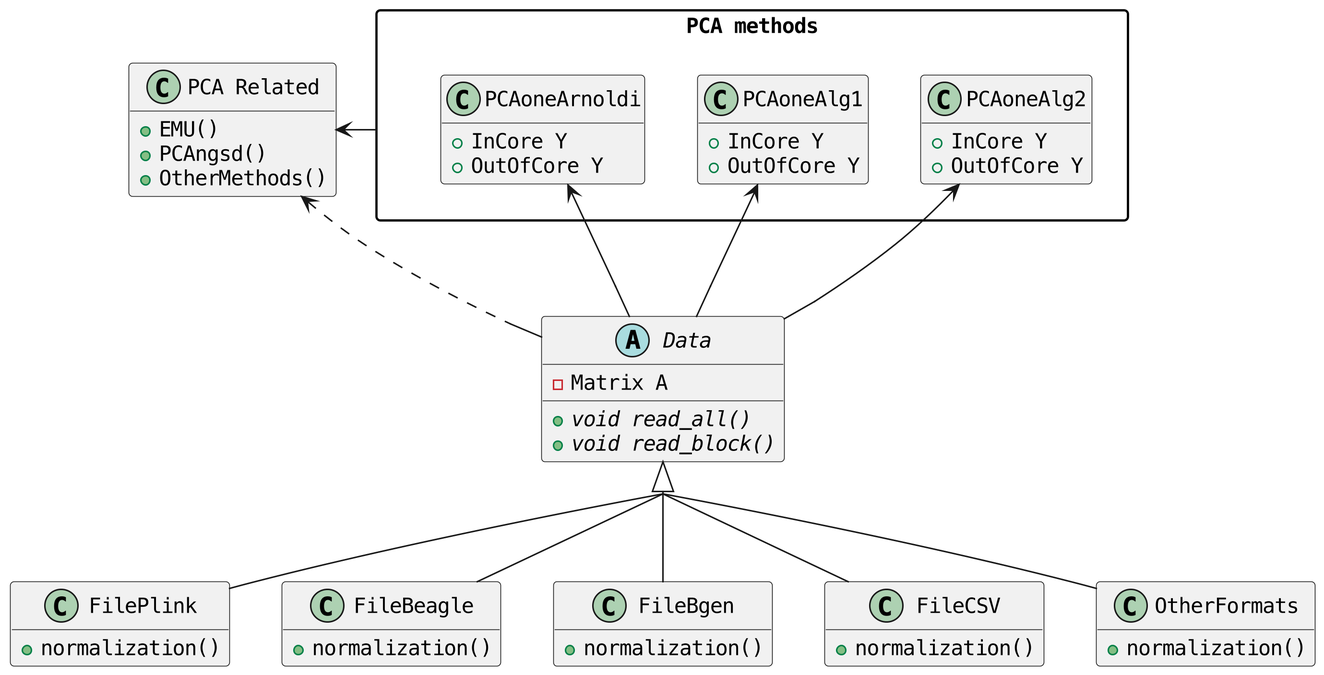
The PlantUML diagram misc/architecture.png in Zilong-Li/PCAone, before a commit.
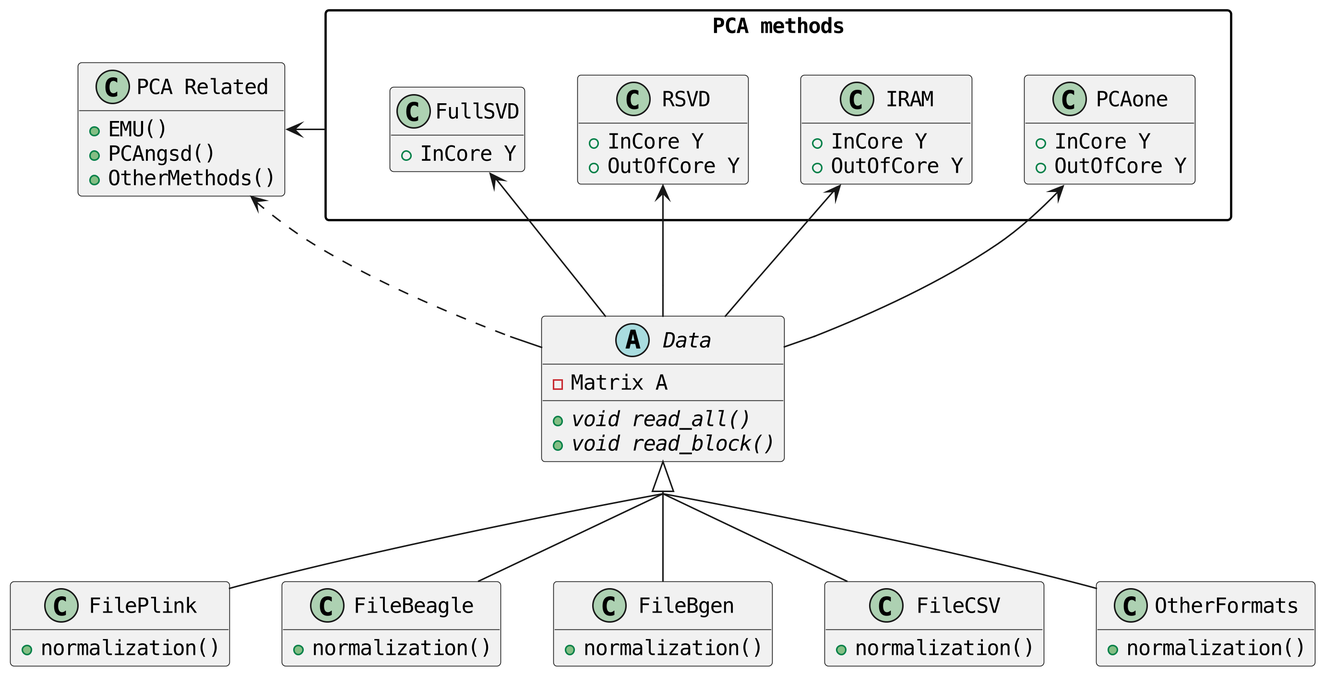
Later version of the same file.

What changed in the source:
```diff
@@ -31,17 +31,20 @@
   +normalization()
 }
 package "PCA methods" as PCA {
-  class PCAoneAlg2 {
+  class PCAone {
     +InCore Y
     +OutOfCore Y
   }
-  class PCAoneAlg1 {
+  class IRAM {
     +InCore Y
     +OutOfCore Y
   }
-  class PCAoneArnoldi {
+  class RSVD {
     +InCore Y
     +OutOfCore Y
+  }
+  class FullSVD {
+    +InCore Y
   }
 }
 
@@ -50,9 +53,10 @@
   +PCAngsd()
   +OtherMethods()
 }
-PCAoneArnoldi <-- Data
-PCAoneAlg1 <-- Data
-PCAoneAlg2 <-- Data
+PCAone <-- Data
+IRAM <-- Data
+RSVD <-- Data
+FullSVD <-- Data
 PCA -left-> PCAem
 Data -left[dashed]-> PCAem
 
```
